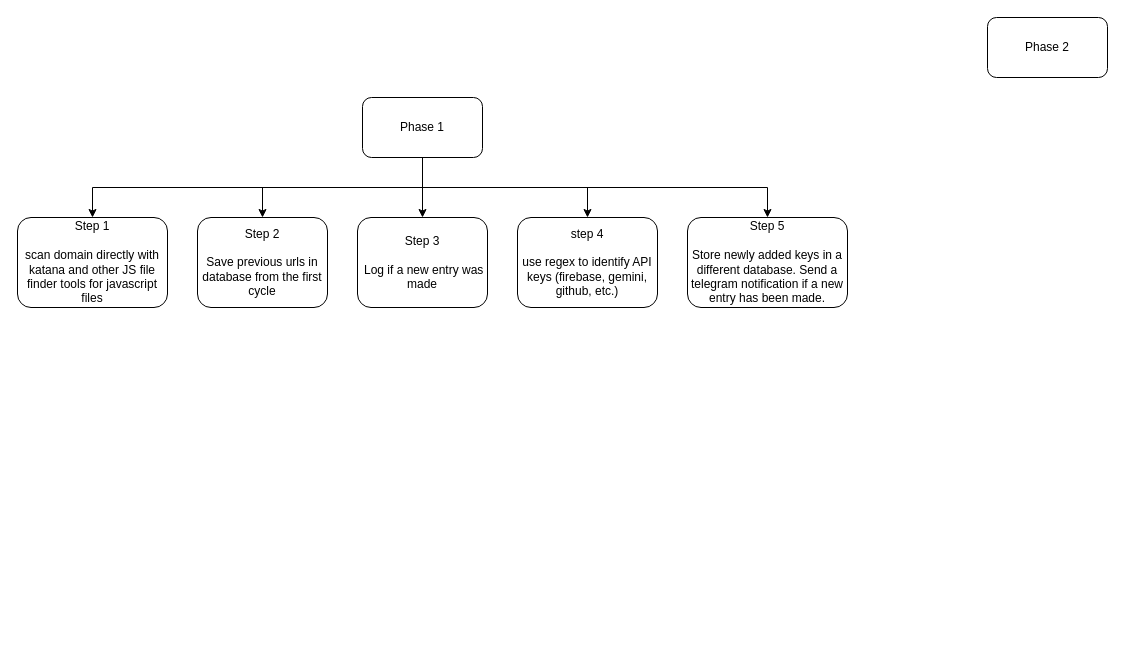
This is secretNotifyer.drawio from 2lazyyy/BountySheriff, a draw.io file, before an edit. Source tidied: cells renumbered, new cells numbered last; positions are measured from the earlier drawing's top-left corner, leaving out a move shared by most shapes. Both pictures are drawn from the tidied source at 100%, with x=0, y=0 at pixel (17, 17).
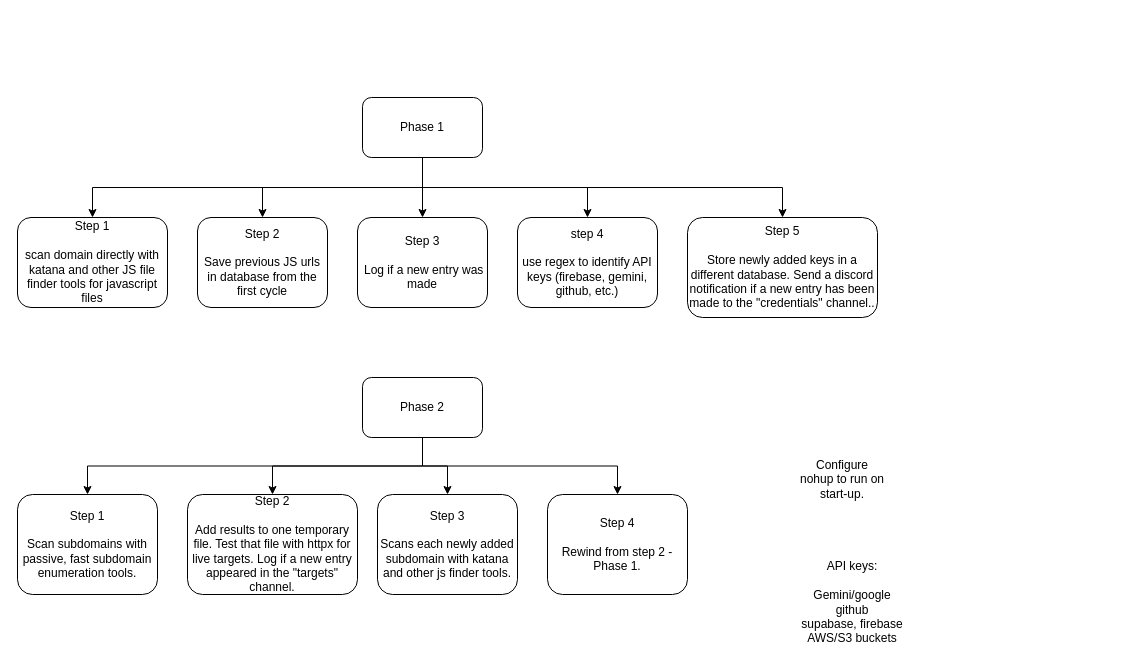
The same diagram, later.

The edit, as a diff of the source:
```diff
@@
+    <mxCell id="14" style="edgeStyle=orthogonalEdgeStyle;rounded=0;jettySize=auto;html=1;exitX=0.5;exitY=1;exitDx=0;exitDy=0;entryX=0.5;entryY=0;entryDx=0;entryDy=0;defaultLabelBackgroundColor=page;" parent="1" edge="1" source="8" target="19">
+      <mxGeometry relative="1" as="geometry" />
+    </mxCell>
+    <mxCell id="15" style="edgeStyle=orthogonalEdgeStyle;rounded=0;jettySize=auto;html=1;exitX=0.5;exitY=1;exitDx=0;exitDy=0;entryX=0.5;entryY=0;entryDx=0;entryDy=0;defaultLabelBackgroundColor=page;" parent="1" edge="1" source="8" target="20">
+      <mxGeometry relative="1" as="geometry" />
+    </mxCell>
+    <mxCell id="16" style="edgeStyle=orthogonalEdgeStyle;rounded=0;jettySize=auto;html=1;exitX=0.5;exitY=1;exitDx=0;exitDy=0;entryX=0.5;entryY=0;entryDx=0;entryDy=0;defaultLabelBackgroundColor=page;" parent="1" edge="1" source="8" target="22">
+      <mxGeometry relative="1" as="geometry" />
+    </mxCell>
+    <mxCell id="17" style="edgeStyle=orthogonalEdgeStyle;rounded=0;jettySize=auto;html=1;exitX=0.5;exitY=1;exitDx=0;exitDy=0;entryX=0.5;entryY=0;entryDx=0;entryDy=0;defaultLabelBackgroundColor=page;" parent="1" edge="1" source="8" target="23">
+      <mxGeometry relative="1" as="geometry" />
+    </mxCell>
     <mxCell id="8" value="Phase 2" style="rounded=1;whiteSpace=wrap;html=1;roundedPerimeter=1;" parent="1" vertex="1">
-      <mxGeometry x="970" width="120" height="60" as="geometry" />
+      <mxGeometry x="345" y="360" width="120" height="60" as="geometry" />
     </mxCell>
@@
-    <mxCell id="10" value="&lt;div&gt;Step 2&lt;/div&gt;&lt;div&gt;&lt;br&gt;&lt;/div&gt;&lt;div&gt;Save previous urls in database from the first cycle&lt;/div&gt;" style="rounded=1;whiteSpace=wrap;html=1;roundedPerimeter=1;" parent="1" vertex="1">
+    <mxCell id="10" value="&lt;div&gt;Step 2&lt;/div&gt;&lt;div&gt;&lt;br&gt;&lt;/div&gt;&lt;div&gt;Save previous JS urls in database from the first cycle&lt;/div&gt;" style="rounded=1;whiteSpace=wrap;html=1;roundedPerimeter=1;" parent="1" vertex="1">
       <mxGeometry x="180" y="200" width="130" height="90" as="geometry" />
     </mxCell>
@@
-    <mxCell id="13" value="&lt;div&gt;Step 5&lt;/div&gt;&lt;div&gt;&lt;br&gt;&lt;/div&gt;&lt;div&gt;Store newly added keys in a different database. Send a telegram notification if a new entry has been made.&lt;/div&gt;" style="rounded=1;whiteSpace=wrap;html=1;roundedPerimeter=1;" parent="1" vertex="1">
-      <mxGeometry x="670" y="200" width="160" height="90" as="geometry" />
+    <mxCell id="13" value="&lt;div&gt;Step 5&lt;/div&gt;&lt;div&gt;&lt;br&gt;&lt;/div&gt;&lt;div&gt;Store newly added keys in a different database. Send a discord notification if a new entry has been made to the &quot;credentials&quot; channel..&lt;/div&gt;" style="rounded=1;whiteSpace=wrap;html=1;roundedPerimeter=1;" parent="1" vertex="1">
+      <mxGeometry x="670" y="200" width="190" height="100" as="geometry" />
     </mxCell>
+    <mxCell id="18" value="API keys:&lt;br&gt;&lt;br&gt;&lt;div&gt;Gemini/google&lt;/div&gt;&lt;div&gt;github&lt;/div&gt;&lt;div&gt;supabase, firebase&lt;/div&gt;&lt;div&gt;AWS/S3 buckets&lt;/div&gt;" style="text;html=1;whiteSpace=wrap;strokeColor=none;fillColor=none;align=center;verticalAlign=middle;rounded=0;" parent="1" vertex="1">
+      <mxGeometry x="730" y="540" width="210" height="90" as="geometry" />
+    </mxCell>
+    <mxCell id="19" value="&lt;div&gt;Step 1&lt;/div&gt;&lt;div&gt;&lt;br&gt;&lt;/div&gt;&lt;div&gt;Scan subdomains with passive, fast subdomain enumeration tools.&lt;/div&gt;" style="rounded=1;whiteSpace=wrap;html=1;roundedPerimeter=1;" parent="1" vertex="1">
+      <mxGeometry y="477" width="140" height="100" as="geometry" />
+    </mxCell>
+    <mxCell id="20" value="Step 2&lt;br&gt;&lt;br&gt;Add results to one temporary file. Test that file with httpx for live targets. Log if a new entry appeared in the &quot;targets&quot; channel." style="rounded=1;whiteSpace=wrap;html=1;roundedPerimeter=1;" parent="1" vertex="1">
+      <mxGeometry x="170" y="477" width="170" height="100" as="geometry" />
+    </mxCell>
+    <mxCell id="21" value="Configure nohup to run on start-up." style="text;html=1;whiteSpace=wrap;strokeColor=none;fillColor=none;align=center;verticalAlign=middle;rounded=0;" parent="1" vertex="1">
+      <mxGeometry x="780" y="447" width="90" height="30" as="geometry" />
+    </mxCell>
+    <mxCell id="22" value="&lt;div&gt;Step 3&lt;/div&gt;&lt;div&gt;&lt;br&gt;&lt;/div&gt;&lt;div&gt;Scans each newly added subdomain with katana and other js finder tools.&lt;/div&gt;" style="rounded=1;whiteSpace=wrap;html=1;roundedPerimeter=1;" parent="1" vertex="1">
+      <mxGeometry x="360" y="477" width="140" height="100" as="geometry" />
+    </mxCell>
+    <mxCell id="23" value="&lt;div&gt;Step 4&lt;/div&gt;&lt;div&gt;&lt;br&gt;&lt;/div&gt;&lt;div&gt;Rewind from step 2 - Phase 1.&lt;/div&gt;" style="rounded=1;whiteSpace=wrap;html=1;roundedPerimeter=1;" parent="1" vertex="1">
+      <mxGeometry x="530" y="477" width="140" height="100" as="geometry" />
+    </mxCell>
```
